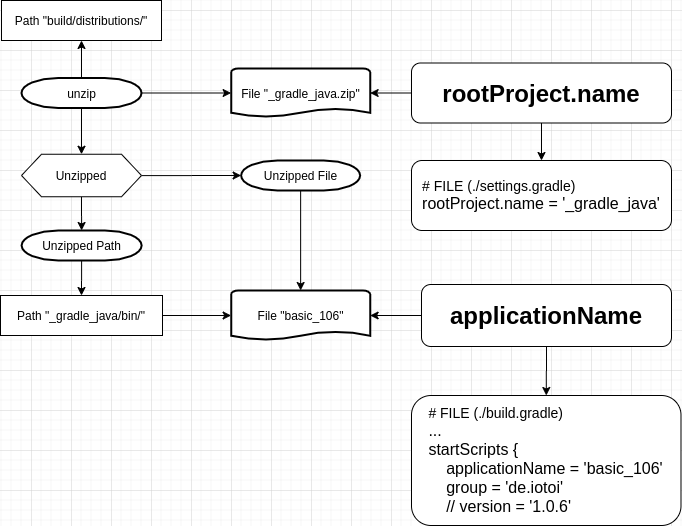
cnruby/gradle_java keeps this draw.io diagram as doc/image/basic_106.png. Above is the earlier version. Source tidied: cells renumbered, new cells last; positions are measured from the earlier drawing's top-left corner, leaving out a move shared by most shapes. Source of this version:
```xml
<mxGraphModel background="#ffffff">
  <root>
    <mxCell id="0" />
    <mxCell id="1" parent="0" />
    <mxCell id="2" style="edgeStyle=orthogonalEdgeStyle;rounded=0;jettySize=auto;html=1;" parent="1" edge="1" source="5" target="21">
      <mxGeometry relative="1" as="geometry" />
    </mxCell>
    <mxCell id="3" style="edgeStyle=orthogonalEdgeStyle;rounded=0;jettySize=auto;html=1;" parent="1" edge="1" source="5" target="22">
      <mxGeometry relative="1" as="geometry" />
    </mxCell>
    <mxCell id="4" style="edgeStyle=orthogonalEdgeStyle;rounded=0;jettySize=auto;html=1;" parent="1" edge="1" source="5" target="25">
      <mxGeometry relative="1" as="geometry" />
    </mxCell>
    <mxCell id="5" value="&lt;span&gt;unzip&lt;/span&gt;" style="shape=mxgraph.flowchart.terminator;strokeWidth=2;gradientColor=none;gradientDirection=north;fontStyle=0;html=1;" parent="1" vertex="1">
      <mxGeometry x="21" y="77.5" width="120" height="30" as="geometry" />
    </mxCell>
    <mxCell id="6" value="File &quot;basic_106&quot;" style="shape=mxgraph.flowchart.document;strokeWidth=2;gradientColor=none;gradientDirection=north;fontStyle=0;html=1;" parent="1" vertex="1">
      <mxGeometry x="230.6" y="290" width="139" height="50" as="geometry" />
    </mxCell>
    <mxCell id="7" value="&lt;div style=&quot;text-align: left&quot;&gt;&lt;font style=&quot;font-size: 14px&quot;&gt;# FILE (./build.gradle)&lt;/font&gt;&lt;/div&gt;&lt;div style=&quot;text-align: left&quot;&gt;&lt;font size=&quot;3&quot;&gt;...&lt;/font&gt;&lt;/div&gt;&lt;div style=&quot;text-align: left&quot;&gt;&lt;font size=&quot;3&quot;&gt;startScripts {&lt;/font&gt;&lt;/div&gt;&lt;div style=&quot;text-align: left&quot;&gt;&lt;font size=&quot;3&quot;&gt;&amp;nbsp; &amp;nbsp; applicationName = 'basic_106'&lt;/font&gt;&lt;/div&gt;&lt;div style=&quot;text-align: left&quot;&gt;&lt;font size=&quot;3&quot;&gt;&amp;nbsp; &amp;nbsp; group = 'de.iotoi'&lt;/font&gt;&lt;/div&gt;&lt;div style=&quot;text-align: left&quot;&gt;&lt;font size=&quot;3&quot;&gt;&amp;nbsp; &amp;nbsp; // version = '1.0.6'&lt;/font&gt;&lt;/div&gt;" style="rounded=1;whiteSpace=wrap;html=1;" parent="1" vertex="1">
      <mxGeometry x="411" y="395" width="269.5" height="130" as="geometry" />
    </mxCell>
    <mxCell id="8" style="edgeStyle=orthogonalEdgeStyle;rounded=0;jettySize=auto;html=1;" parent="1" edge="1" source="9" target="20">
      <mxGeometry relative="1" as="geometry" />
    </mxCell>
    <mxCell id="9" value="Unzipped Path" style="shape=mxgraph.flowchart.terminator;strokeWidth=2;gradientColor=none;gradientDirection=north;fontStyle=0;html=1;" parent="1" vertex="1">
      <mxGeometry x="21.1" y="230" width="120" height="30" as="geometry" />
    </mxCell>
    <mxCell id="10" style="edgeStyle=orthogonalEdgeStyle;rounded=0;jettySize=auto;html=1;" parent="1" edge="1" source="11" target="6">
      <mxGeometry relative="1" as="geometry" />
    </mxCell>
    <mxCell id="11" value="Unzipped File" style="shape=mxgraph.flowchart.terminator;strokeWidth=2;gradientColor=none;gradientDirection=north;fontStyle=0;html=1;" parent="1" vertex="1">
      <mxGeometry x="240.6" y="160" width="119" height="30" as="geometry" />
    </mxCell>
    <mxCell id="12" style="edgeStyle=orthogonalEdgeStyle;rounded=0;jettySize=auto;html=1;" parent="1" edge="1" source="14" target="7">
      <mxGeometry relative="1" as="geometry" />
    </mxCell>
    <mxCell id="13" style="edgeStyle=orthogonalEdgeStyle;rounded=0;jettySize=auto;html=1;" parent="1" edge="1" source="14" target="6">
      <mxGeometry relative="1" as="geometry" />
    </mxCell>
    <mxCell id="14" value="&lt;span style=&quot;text-align: left&quot;&gt;&lt;b&gt;&lt;font style=&quot;font-size: 24px&quot;&gt;applicationName&lt;/font&gt;&lt;/b&gt;&lt;/span&gt;" style="rounded=1;whiteSpace=wrap;html=1;" parent="1" vertex="1">
      <mxGeometry x="421" y="284" width="250" height="62" as="geometry" />
    </mxCell>
    <mxCell id="15" value="&lt;div style=&quot;text-align: left&quot;&gt;&lt;font style=&quot;font-size: 14px&quot;&gt;# FILE (./settings.gradle)&lt;/font&gt;&lt;/div&gt;&lt;div style=&quot;text-align: left&quot;&gt;&lt;span style=&quot;font-size: medium&quot;&gt;rootProject.name = '_gradle_java'&lt;/span&gt;&lt;br&gt;&lt;/div&gt;" style="rounded=1;whiteSpace=wrap;html=1;" parent="1" vertex="1">
      <mxGeometry x="411" y="160" width="260" height="70" as="geometry" />
    </mxCell>
    <mxCell id="16" style="edgeStyle=orthogonalEdgeStyle;rounded=0;jettySize=auto;html=1;" parent="1" edge="1" source="18" target="15">
      <mxGeometry relative="1" as="geometry" />
    </mxCell>
    <mxCell id="17" style="edgeStyle=orthogonalEdgeStyle;rounded=0;jettySize=auto;html=1;" parent="1" edge="1" source="18" target="22">
      <mxGeometry relative="1" as="geometry" />
    </mxCell>
    <mxCell id="18" value="&lt;div&gt;&lt;b style=&quot;font-size: 24px&quot;&gt;rootProject.name&lt;/b&gt;&lt;/div&gt;" style="rounded=1;whiteSpace=wrap;html=1;align=center;" parent="1" vertex="1">
      <mxGeometry x="411" y="62.5" width="260" height="60" as="geometry" />
    </mxCell>
    <mxCell id="19" style="edgeStyle=orthogonalEdgeStyle;rounded=0;jettySize=auto;html=1;" parent="1" edge="1" source="20" target="6">
      <mxGeometry relative="1" as="geometry" />
    </mxCell>
    <mxCell id="20" value="Path&amp;nbsp;&quot;_gradle_java/bin/&quot;" style="rounded=0;whiteSpace=wrap;html=1;" parent="1" vertex="1">
      <mxGeometry y="295" width="162" height="40" as="geometry" />
    </mxCell>
    <mxCell id="21" value="Path&amp;nbsp;&quot;build/distributions/&quot;" style="rounded=0;whiteSpace=wrap;html=1;" parent="1" vertex="1">
      <mxGeometry x="1" width="160" height="40" as="geometry" />
    </mxCell>
    <mxCell id="22" value="&lt;span&gt;File &quot;_gradle_java.zip&quot;&lt;/span&gt;" style="shape=mxgraph.flowchart.document;strokeWidth=2;gradientColor=none;gradientDirection=north;fontStyle=0;html=1;" parent="1" vertex="1">
      <mxGeometry x="230.6" y="68" width="139" height="49" as="geometry" />
    </mxCell>
    <mxCell id="23" style="edgeStyle=orthogonalEdgeStyle;rounded=0;jettySize=auto;html=1;" parent="1" edge="1" source="25" target="11">
      <mxGeometry relative="1" as="geometry" />
    </mxCell>
    <mxCell id="24" style="edgeStyle=orthogonalEdgeStyle;rounded=0;jettySize=auto;html=1;" parent="1" edge="1" source="25" target="9">
      <mxGeometry relative="1" as="geometry" />
    </mxCell>
    <mxCell id="25" value="Unzipped" style="shape=hexagon;perimeter=hexagonPerimeter2;whiteSpace=wrap;html=1;fixedSize=1;" parent="1" vertex="1">
      <mxGeometry x="21" y="153.8" width="120" height="42.5" as="geometry" />
    </mxCell>
  </root>
</mxGraphModel>
```
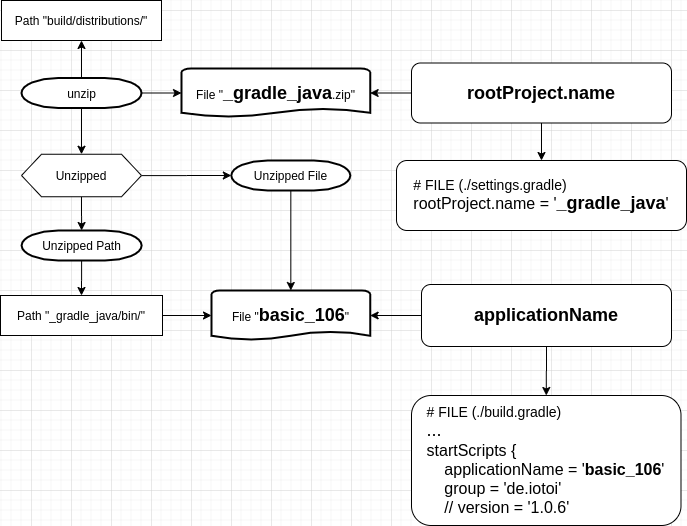
The same diagram one commit later.

Commit message:
basic_106 Hello Package!

Change to the diagram source:
```diff
@@ -14,10 +14,10 @@
     <mxCell id="5" value="&lt;span&gt;unzip&lt;/span&gt;" style="shape=mxgraph.flowchart.terminator;strokeWidth=2;gradientColor=none;gradientDirection=north;fontStyle=0;html=1;" parent="1" vertex="1">
       <mxGeometry x="21" y="77.5" width="120" height="30" as="geometry" />
     </mxCell>
-    <mxCell id="6" value="File &quot;basic_106&quot;" style="shape=mxgraph.flowchart.document;strokeWidth=2;gradientColor=none;gradientDirection=north;fontStyle=0;html=1;" parent="1" vertex="1">
-      <mxGeometry x="230.6" y="290" width="139" height="50" as="geometry" />
+    <mxCell id="6" value="File &quot;&lt;font style=&quot;font-size: 18px&quot;&gt;&lt;b&gt;basic_106&lt;/b&gt;&lt;/font&gt;&quot;" style="shape=mxgraph.flowchart.document;strokeWidth=2;gradientColor=none;gradientDirection=north;fontStyle=0;html=1;" parent="1" vertex="1">
+      <mxGeometry x="211" y="290" width="158.6" height="50" as="geometry" />
     </mxCell>
-    <mxCell id="7" value="&lt;div style=&quot;text-align: left&quot;&gt;&lt;font style=&quot;font-size: 14px&quot;&gt;# FILE (./build.gradle)&lt;/font&gt;&lt;/div&gt;&lt;div style=&quot;text-align: left&quot;&gt;&lt;font size=&quot;3&quot;&gt;...&lt;/font&gt;&lt;/div&gt;&lt;div style=&quot;text-align: left&quot;&gt;&lt;font size=&quot;3&quot;&gt;startScripts {&lt;/font&gt;&lt;/div&gt;&lt;div style=&quot;text-align: left&quot;&gt;&lt;font size=&quot;3&quot;&gt;&amp;nbsp; &amp;nbsp; applicationName = 'basic_106'&lt;/font&gt;&lt;/div&gt;&lt;div style=&quot;text-align: left&quot;&gt;&lt;font size=&quot;3&quot;&gt;&amp;nbsp; &amp;nbsp; group = 'de.iotoi'&lt;/font&gt;&lt;/div&gt;&lt;div style=&quot;text-align: left&quot;&gt;&lt;font size=&quot;3&quot;&gt;&amp;nbsp; &amp;nbsp; // version = '1.0.6'&lt;/font&gt;&lt;/div&gt;" style="rounded=1;whiteSpace=wrap;html=1;" parent="1" vertex="1">
+    <mxCell id="7" value="&lt;div style=&quot;text-align: left&quot;&gt;&lt;font style=&quot;font-size: 14px&quot;&gt;# FILE (./build.gradle)&lt;/font&gt;&lt;/div&gt;&lt;div style=&quot;text-align: left&quot;&gt;&lt;font style=&quot;font-size: 18px&quot;&gt;...&lt;/font&gt;&lt;/div&gt;&lt;div style=&quot;text-align: left&quot;&gt;&lt;font size=&quot;3&quot;&gt;startScripts {&lt;/font&gt;&lt;/div&gt;&lt;div style=&quot;text-align: left&quot;&gt;&lt;font size=&quot;3&quot;&gt;&amp;nbsp; &amp;nbsp; applicationName = '&lt;b&gt;basic_106&lt;/b&gt;'&lt;/font&gt;&lt;/div&gt;&lt;div style=&quot;text-align: left&quot;&gt;&lt;font size=&quot;3&quot;&gt;&amp;nbsp; &amp;nbsp; group = 'de.iotoi'&lt;/font&gt;&lt;/div&gt;&lt;div style=&quot;text-align: left&quot;&gt;&lt;font size=&quot;3&quot;&gt;&amp;nbsp; &amp;nbsp; // version = '1.0.6'&lt;/font&gt;&lt;/div&gt;" style="rounded=1;whiteSpace=wrap;html=1;" parent="1" vertex="1">
       <mxGeometry x="411" y="395" width="269.5" height="130" as="geometry" />
     </mxCell>
     <mxCell id="8" style="edgeStyle=orthogonalEdgeStyle;rounded=0;jettySize=auto;html=1;" parent="1" edge="1" source="9" target="20">
@@ -30,7 +30,7 @@
       <mxGeometry relative="1" as="geometry" />
     </mxCell>
     <mxCell id="11" value="Unzipped File" style="shape=mxgraph.flowchart.terminator;strokeWidth=2;gradientColor=none;gradientDirection=north;fontStyle=0;html=1;" parent="1" vertex="1">
-      <mxGeometry x="240.6" y="160" width="119" height="30" as="geometry" />
+      <mxGeometry x="230.8" y="160" width="119" height="30" as="geometry" />
     </mxCell>
     <mxCell id="12" style="edgeStyle=orthogonalEdgeStyle;rounded=0;jettySize=auto;html=1;" parent="1" edge="1" source="14" target="7">
       <mxGeometry relative="1" as="geometry" />
@@ -38,11 +38,11 @@
     <mxCell id="13" style="edgeStyle=orthogonalEdgeStyle;rounded=0;jettySize=auto;html=1;" parent="1" edge="1" source="14" target="6">
       <mxGeometry relative="1" as="geometry" />
     </mxCell>
-    <mxCell id="14" value="&lt;span style=&quot;text-align: left&quot;&gt;&lt;b&gt;&lt;font style=&quot;font-size: 24px&quot;&gt;applicationName&lt;/font&gt;&lt;/b&gt;&lt;/span&gt;" style="rounded=1;whiteSpace=wrap;html=1;" parent="1" vertex="1">
+    <mxCell id="14" value="&lt;span style=&quot;text-align: left&quot;&gt;&lt;font style=&quot;font-size: 18px&quot;&gt;&lt;b&gt;applicationName&lt;/b&gt;&lt;/font&gt;&lt;/span&gt;" style="rounded=1;whiteSpace=wrap;html=1;" parent="1" vertex="1">
       <mxGeometry x="421" y="284" width="250" height="62" as="geometry" />
     </mxCell>
-    <mxCell id="15" value="&lt;div style=&quot;text-align: left&quot;&gt;&lt;font style=&quot;font-size: 14px&quot;&gt;# FILE (./settings.gradle)&lt;/font&gt;&lt;/div&gt;&lt;div style=&quot;text-align: left&quot;&gt;&lt;span style=&quot;font-size: medium&quot;&gt;rootProject.name = '_gradle_java'&lt;/span&gt;&lt;br&gt;&lt;/div&gt;" style="rounded=1;whiteSpace=wrap;html=1;" parent="1" vertex="1">
-      <mxGeometry x="411" y="160" width="260" height="70" as="geometry" />
+    <mxCell id="15" value="&lt;div style=&quot;text-align: left&quot;&gt;&lt;font style=&quot;font-size: 14px&quot;&gt;# FILE (./settings.gradle)&lt;/font&gt;&lt;/div&gt;&lt;div style=&quot;text-align: left&quot;&gt;&lt;span style=&quot;font-size: medium&quot;&gt;rootProject.name = '&lt;/span&gt;&lt;font style=&quot;font-size: 18px&quot;&gt;&lt;b&gt;_gradle_java&lt;/b&gt;&lt;/font&gt;&lt;span style=&quot;font-size: medium&quot;&gt;'&lt;/span&gt;&lt;br&gt;&lt;/div&gt;" style="rounded=1;whiteSpace=wrap;html=1;" parent="1" vertex="1">
+      <mxGeometry x="396" y="160" width="290" height="70" as="geometry" />
     </mxCell>
     <mxCell id="16" style="edgeStyle=orthogonalEdgeStyle;rounded=0;jettySize=auto;html=1;" parent="1" edge="1" source="18" target="15">
       <mxGeometry relative="1" as="geometry" />
@@ -50,7 +50,7 @@
     <mxCell id="17" style="edgeStyle=orthogonalEdgeStyle;rounded=0;jettySize=auto;html=1;" parent="1" edge="1" source="18" target="22">
       <mxGeometry relative="1" as="geometry" />
     </mxCell>
-    <mxCell id="18" value="&lt;div&gt;&lt;b style=&quot;font-size: 24px&quot;&gt;rootProject.name&lt;/b&gt;&lt;/div&gt;" style="rounded=1;whiteSpace=wrap;html=1;align=center;" parent="1" vertex="1">
+    <mxCell id="18" value="&lt;div&gt;&lt;font style=&quot;font-size: 18px&quot;&gt;&lt;b&gt;rootProject.name&lt;/b&gt;&lt;/font&gt;&lt;/div&gt;" style="rounded=1;whiteSpace=wrap;html=1;align=center;" parent="1" vertex="1">
       <mxGeometry x="411" y="62.5" width="260" height="60" as="geometry" />
     </mxCell>
     <mxCell id="19" style="edgeStyle=orthogonalEdgeStyle;rounded=0;jettySize=auto;html=1;" parent="1" edge="1" source="20" target="6">
@@ -62,8 +62,8 @@
     <mxCell id="21" value="Path&amp;nbsp;&quot;build/distributions/&quot;" style="rounded=0;whiteSpace=wrap;html=1;" parent="1" vertex="1">
       <mxGeometry x="1" width="160" height="40" as="geometry" />
     </mxCell>
-    <mxCell id="22" value="&lt;span&gt;File &quot;_gradle_java.zip&quot;&lt;/span&gt;" style="shape=mxgraph.flowchart.document;strokeWidth=2;gradientColor=none;gradientDirection=north;fontStyle=0;html=1;" parent="1" vertex="1">
-      <mxGeometry x="230.6" y="68" width="139" height="49" as="geometry" />
+    <mxCell id="22" value="File &quot;&lt;font style=&quot;font-size: 18px&quot;&gt;&lt;b&gt;_gradle_java&lt;/b&gt;&lt;/font&gt;.zip&quot;" style="shape=mxgraph.flowchart.document;strokeWidth=2;gradientColor=none;gradientDirection=north;fontStyle=0;html=1;" parent="1" vertex="1">
+      <mxGeometry x="181" y="68" width="188.6" height="49" as="geometry" />
     </mxCell>
     <mxCell id="23" style="edgeStyle=orthogonalEdgeStyle;rounded=0;jettySize=auto;html=1;" parent="1" edge="1" source="25" target="11">
       <mxGeometry relative="1" as="geometry" />
```
